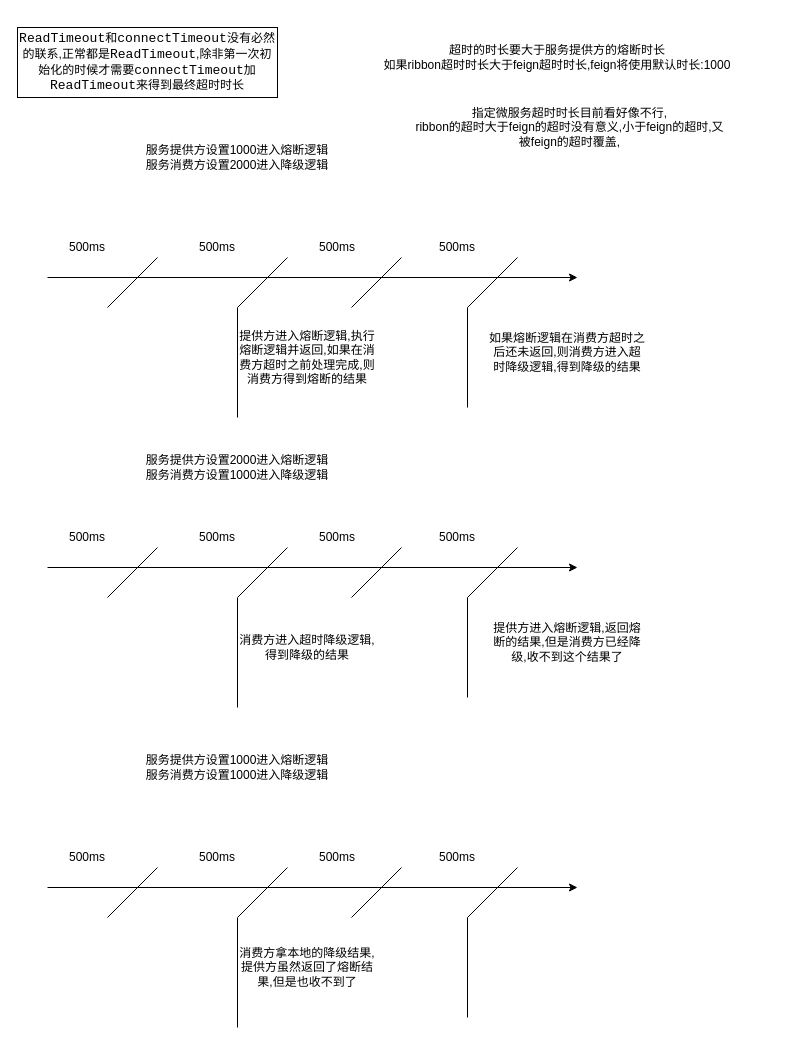
This is 熔断和降级.drawio from mingtian110/pc_home, a draw.io file, before an edit. Source tidied: cells renumbered, new cells numbered last; positions are measured from the earlier drawing's top-left corner, leaving out a move shared by most shapes. Both pictures are drawn from the tidied source at 100%, with x=0, y=0 at pixel (17, 17).
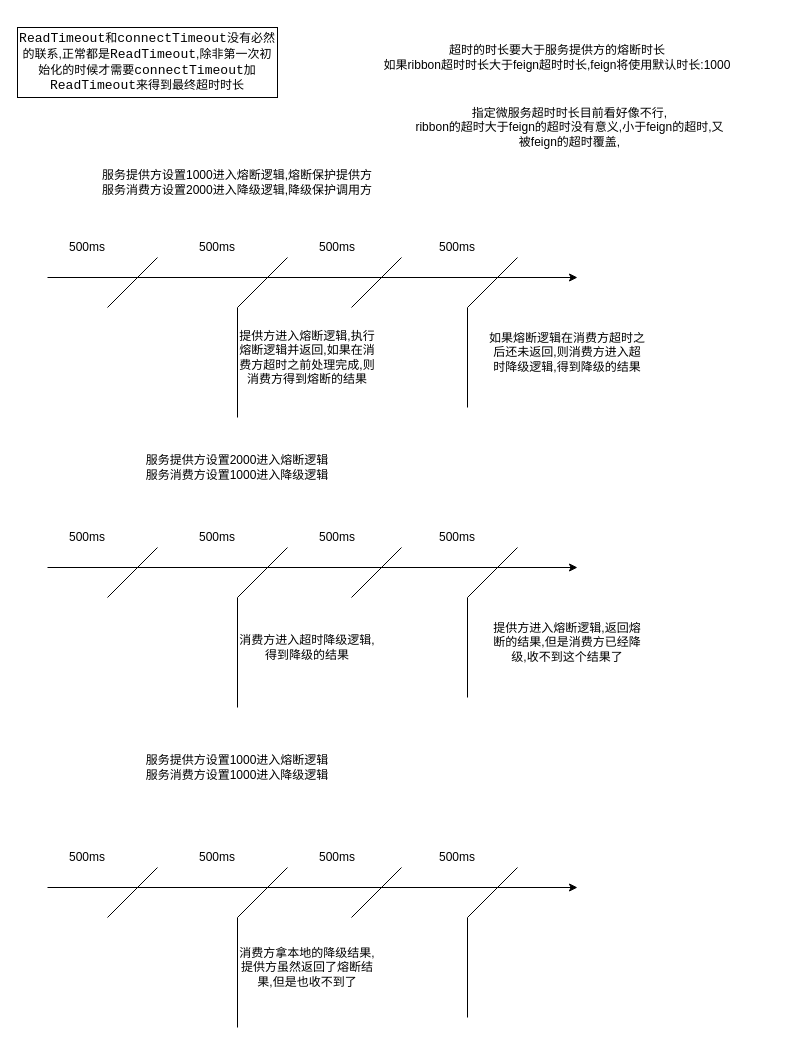
The same page after the edit.

Commit message:
更新熔断和降级.drawio

The edit, as a diff of the source:
```diff
@@
-    <mxCell id="9" value="服务提供方设置1000进入熔断逻辑&lt;br&gt;服务消费方设置2000进入降级逻辑" style="text;html=1;strokeColor=none;fillColor=none;align=center;verticalAlign=middle;whiteSpace=wrap;rounded=0;" parent="1" vertex="1">
-      <mxGeometry x="80" y="120" width="280" height="40" as="geometry" />
+    <mxCell id="9" value="服务提供方设置1000进入熔断逻辑,熔断保护提供方&lt;br&gt;服务消费方设置2000进入降级逻辑,降级保护调用方" style="text;html=1;strokeColor=none;fillColor=none;align=center;verticalAlign=middle;whiteSpace=wrap;rounded=0;" parent="1" vertex="1">
+      <mxGeometry x="80" y="145" width="280" height="40" as="geometry" />
     </mxCell>
```
